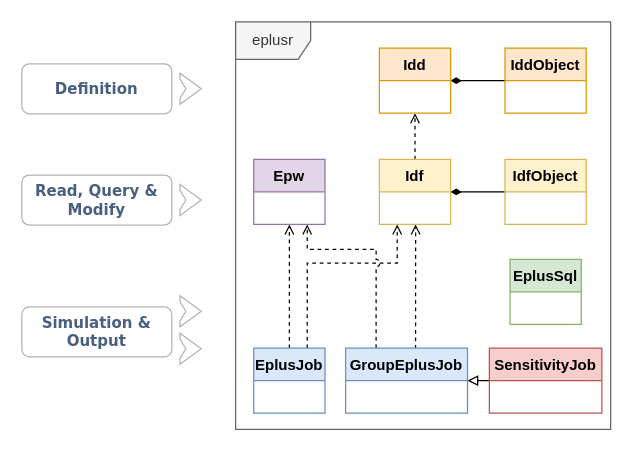
Before: tools/figures/draw.drawio in hongyuanjia/eplusr, a draw.io diagram. Source tidied: cells renumbered, new cells numbered last; positions are measured from the earlier drawing's top-left corner, leaving out a move shared by most shapes. Both pictures are drawn from the tidied source at 125%, with x=0, y=0 at pixel (21, 21).
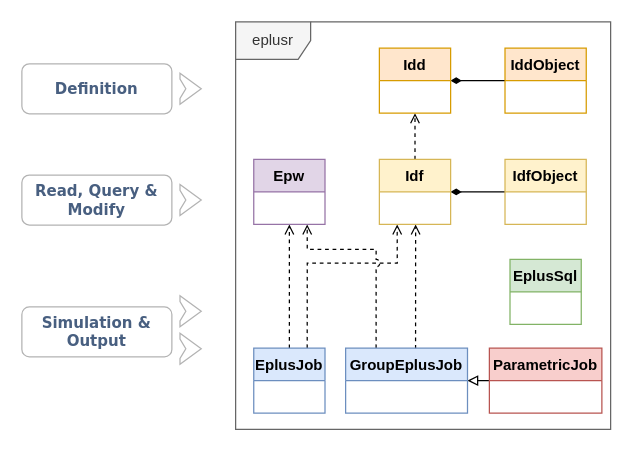
The same page after the edit.

Commit message (it also covers changes not shown here):
[docs] Correct a typo in class structure fig

Change to the diagram source:
```diff
@@
-    <mxCell id="21" value="SensitivityJob" style="swimlane;fontStyle=1;align=center;verticalAlign=top;horizontal=1;startSize=26;fillColor=#f8cecc;strokeColor=#b85450;" parent="5" vertex="1">
+    <mxCell id="21" value="ParametricJob" style="swimlane;fontStyle=1;align=center;verticalAlign=top;horizontal=1;startSize=26;fillColor=#f8cecc;strokeColor=#b85450;" parent="5" vertex="1">
       <mxGeometry x="374" y="261" width="90" height="52" as="geometry" />
     </mxCell>
```
